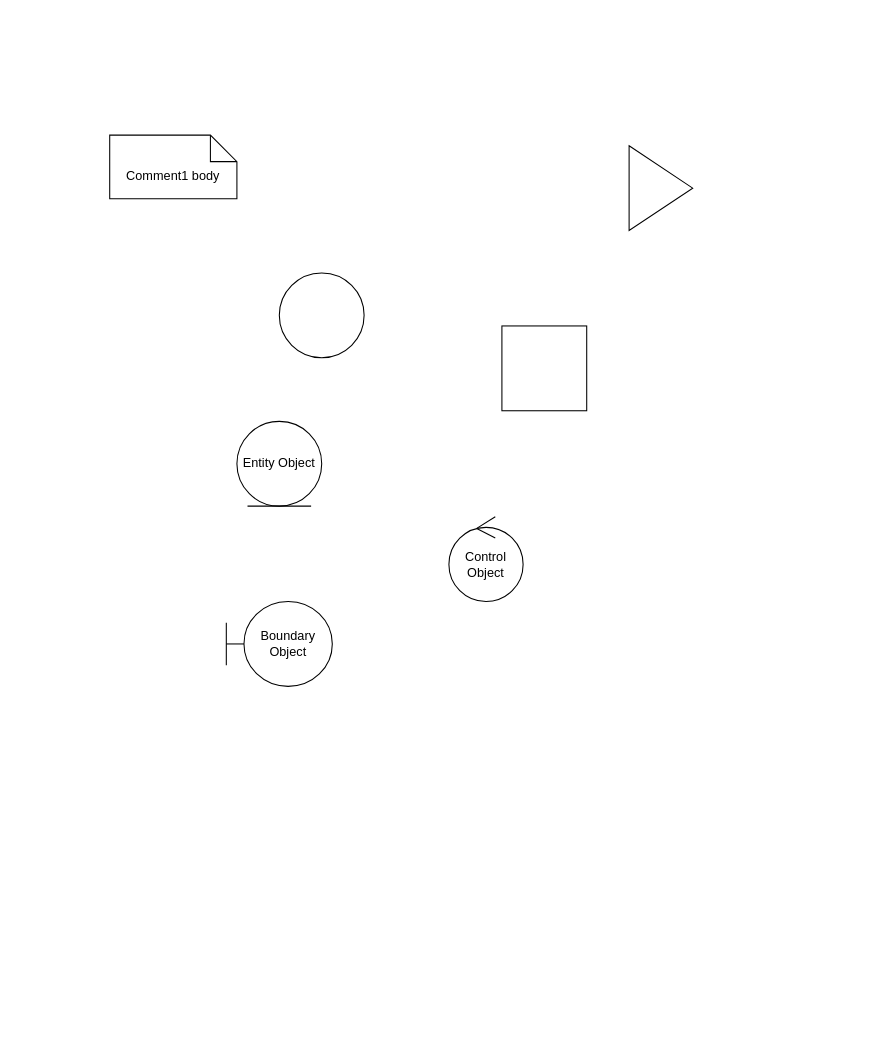
Above: Request Durian info and FAQ.drawio in munkeawtoast/isad-diagrams (draw.io), before the change. Source tidied: cells renumbered, new cells numbered last; positions are measured from the earlier drawing's top-left corner, leaving out a move shared by most shapes. Both pictures are drawn from the tidied source at 106%, with x=0, y=0 at pixel (109, 135).
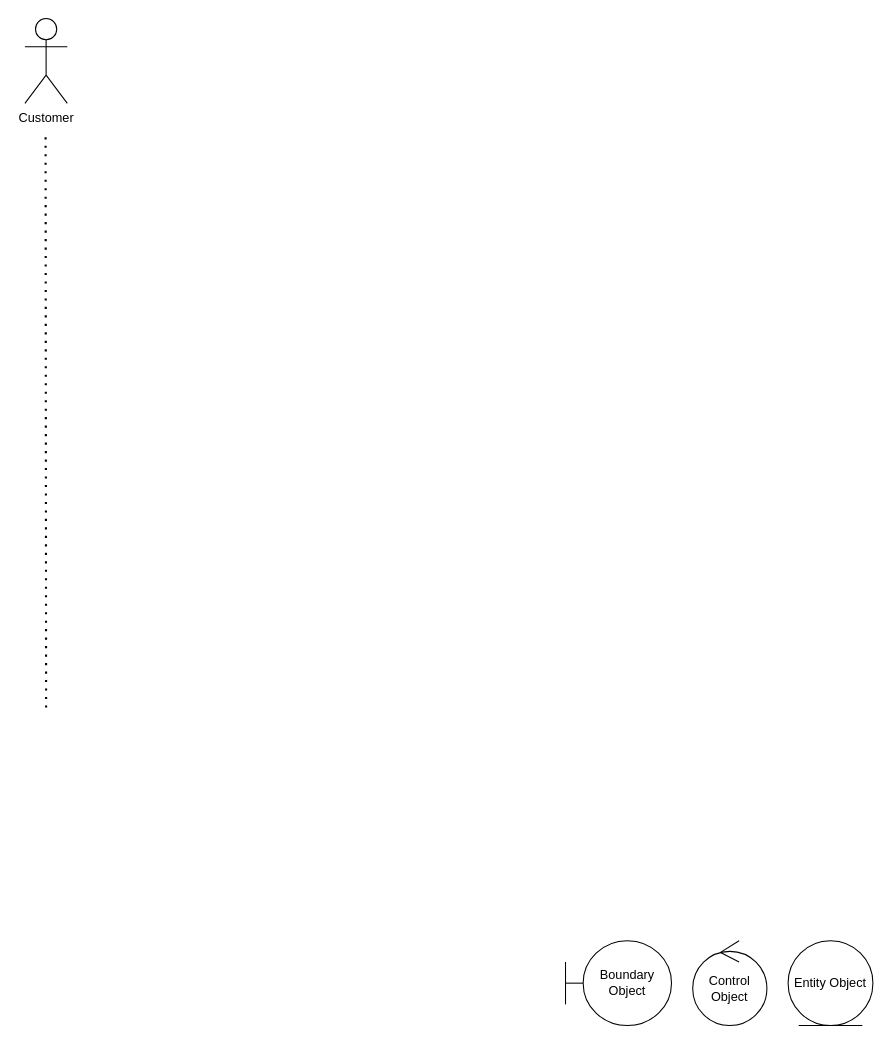
Above is the later version.

The edit, as a diff of the source:
```diff
@@
 <mxGraphModel>
   <root>
     <mxCell id="0" />
     <mxCell id="1" parent="0" />
-    <mxCell id="2" style="whiteSpace=wrap;html=1;" parent="1" vertex="1">
-      <mxGeometry x="370" y="180" width="80" height="80" as="geometry" />
-    </mxCell>
-    <mxCell id="3" style="ellipse;whiteSpace=wrap;html=1;" parent="1" vertex="1">
-      <mxGeometry x="160" y="130" width="80" height="80" as="geometry" />
-    </mxCell>
-    <mxCell id="4" style="triangle;whiteSpace=wrap;html=1;" parent="1" vertex="1">
-      <mxGeometry x="490" y="10" width="60" height="80" as="geometry" />
-    </mxCell>
-    <mxCell id="5" value="Comment1 body" style="shape=note2;boundedLbl=1;whiteSpace=wrap;html=1;size=25;verticalAlign=top;align=center;" parent="1" vertex="1">
-      <mxGeometry width="120" height="60" as="geometry" />
-    </mxCell>
     <mxCell id="6" value="Entity Object" style="ellipse;shape=umlEntity;whiteSpace=wrap;html=1;" parent="1" vertex="1">
-      <mxGeometry x="120" y="270" width="80" height="80" as="geometry" />
+      <mxGeometry x="640" y="760" width="80" height="80" as="geometry" />
     </mxCell>
     <mxCell id="7" value="Boundary Object" style="shape=umlBoundary;whiteSpace=wrap;html=1;" parent="1" vertex="1">
-      <mxGeometry x="110" y="440" width="100" height="80" as="geometry" />
+      <mxGeometry x="430" y="760" width="100" height="80" as="geometry" />
     </mxCell>
     <mxCell id="8" value="Control Object" style="ellipse;shape=umlControl;whiteSpace=wrap;html=1;" parent="1" vertex="1">
-      <mxGeometry x="320" y="360" width="70" height="80" as="geometry" />
+      <mxGeometry x="550" y="760" width="70" height="80" as="geometry" />
     </mxCell>
+    <mxCell id="9" value="Customer" style="shape=umlActor;verticalLabelPosition=bottom;verticalAlign=top;html=1;" parent="1" vertex="1">
+      <mxGeometry x="-80" y="-110" width="40" height="80" as="geometry" />
+    </mxCell>
+    <mxCell id="10" style="endArrow=none;dashed=1;html=1;dashPattern=1 3;strokeWidth=2;" parent="1" edge="1">
+      <mxGeometry relative="1" as="geometry">
+        <mxPoint x="-60" y="540" as="sourcePoint" />
+        <mxPoint x="-60.5" as="targetPoint" />
+      </mxGeometry>
+    </mxCell>
   </root>
 </mxGraphModel>
```
